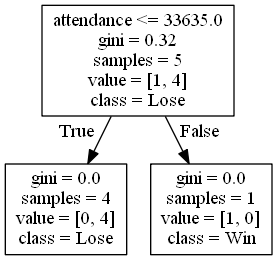
Above: DecisionTrees/Mountain Westdecision_tree_no_score10.png in alexana-steck/CSE482Project (Graphviz), before the change. Its source is kept beside it as DecisionTrees/Mountain Westdecision_tree_no_score10.dot. Source of this version:
```dot
digraph Tree {
node [shape=box] ;
0 [label="attendance <= 33635.0\ngini = 0.32\nsamples = 5\nvalue = [1, 4]\nclass = Lose"] ;
1 [label="gini = 0.0\nsamples = 4\nvalue = [0, 4]\nclass = Lose"] ;
0 -> 1 [labeldistance=2.5, labelangle=45, headlabel="True"] ;
2 [label="gini = 0.0\nsamples = 1\nvalue = [1, 0]\nclass = Win"] ;
0 -> 2 [labeldistance=2.5, labelangle=-45, headlabel="False"] ;
}
```
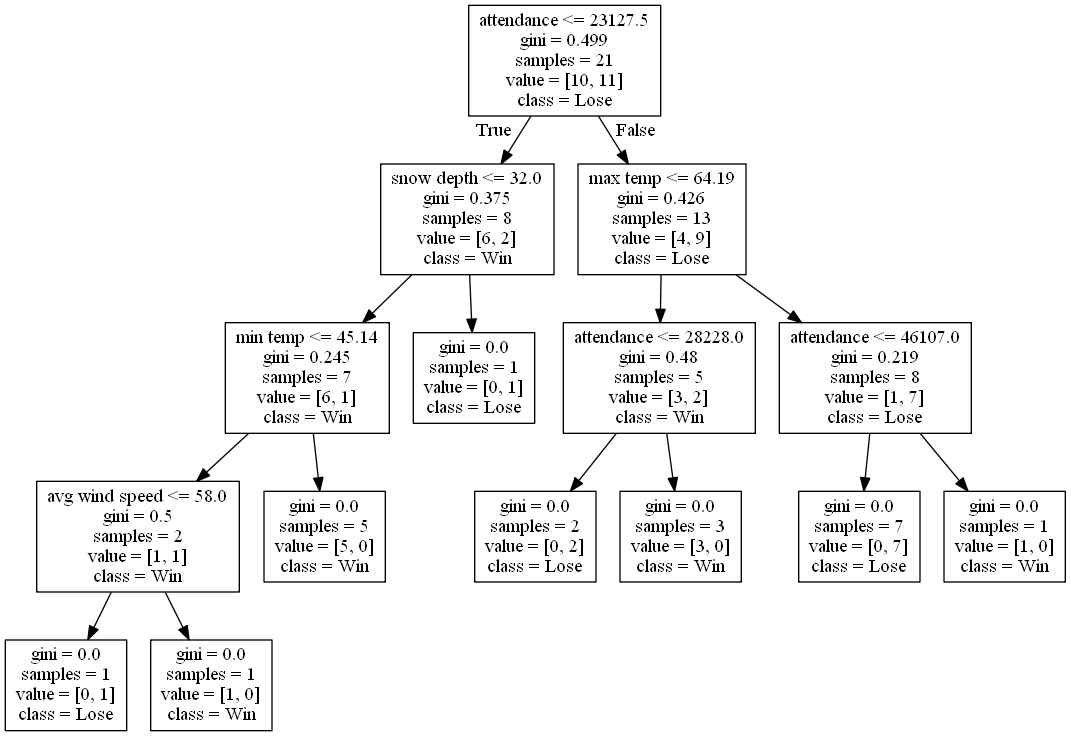
Later version of the same file.

What changed in the source:
```diff
@@ -1,8 +1,32 @@
 digraph Tree {
 node [shape=box] ;
-0 [label="attendance <= 33635.0\ngini = 0.32\nsamples = 5\nvalue = [1, 4]\nclass = Lose"] ;
-1 [label="gini = 0.0\nsamples = 4\nvalue = [0, 4]\nclass = Lose"] ;
+0 [label="attendance <= 23127.5\ngini = 0.499\nsamples = 21\nvalue = [10, 11]\nclass = Lose"] ;
+1 [label="snow depth <= 32.0\ngini = 0.375\nsamples = 8\nvalue = [6, 2]\nclass = Win"] ;
 0 -> 1 [labeldistance=2.5, labelangle=45, headlabel="True"] ;
-2 [label="gini = 0.0\nsamples = 1\nvalue = [1, 0]\nclass = Win"] ;
-0 -> 2 [labeldistance=2.5, labelangle=-45, headlabel="False"] ;
+2 [label="min temp <= 45.14\ngini = 0.245\nsamples = 7\nvalue = [6, 1]\nclass = Win"] ;
+1 -> 2 ;
+3 [label="avg wind speed <= 58.0\ngini = 0.5\nsamples = 2\nvalue = [1, 1]\nclass = Win"] ;
+2 -> 3 ;
+4 [label="gini = 0.0\nsamples = 1\nvalue = [0, 1]\nclass = Lose"] ;
+3 -> 4 ;
+5 [label="gini = 0.0\nsamples = 1\nvalue = [1, 0]\nclass = Win"] ;
+3 -> 5 ;
+6 [label="gini = 0.0\nsamples = 5\nvalue = [5, 0]\nclass = Win"] ;
+2 -> 6 ;
+7 [label="gini = 0.0\nsamples = 1\nvalue = [0, 1]\nclass = Lose"] ;
+1 -> 7 ;
+8 [label="max temp <= 64.19\ngini = 0.426\nsamples = 13\nvalue = [4, 9]\nclass = Lose"] ;
+0 -> 8 [labeldistance=2.5, labelangle=-45, headlabel="False"] ;
+9 [label="attendance <= 28228.0\ngini = 0.48\nsamples = 5\nvalue = [3, 2]\nclass = Win"] ;
+8 -> 9 ;
+10 [label="gini = 0.0\nsamples = 2\nvalue = [0, 2]\nclass = Lose"] ;
+9 -> 10 ;
+11 [label="gini = 0.0\nsamples = 3\nvalue = [3, 0]\nclass = Win"] ;
+9 -> 11 ;
+12 [label="attendance <= 46107.0\ngini = 0.219\nsamples = 8\nvalue = [1, 7]\nclass = Lose"] ;
+8 -> 12 ;
+13 [label="gini = 0.0\nsamples = 7\nvalue = [0, 7]\nclass = Lose"] ;
+12 -> 13 ;
+14 [label="gini = 0.0\nsamples = 1\nvalue = [1, 0]\nclass = Win"] ;
+12 -> 14 ;
 }
```
